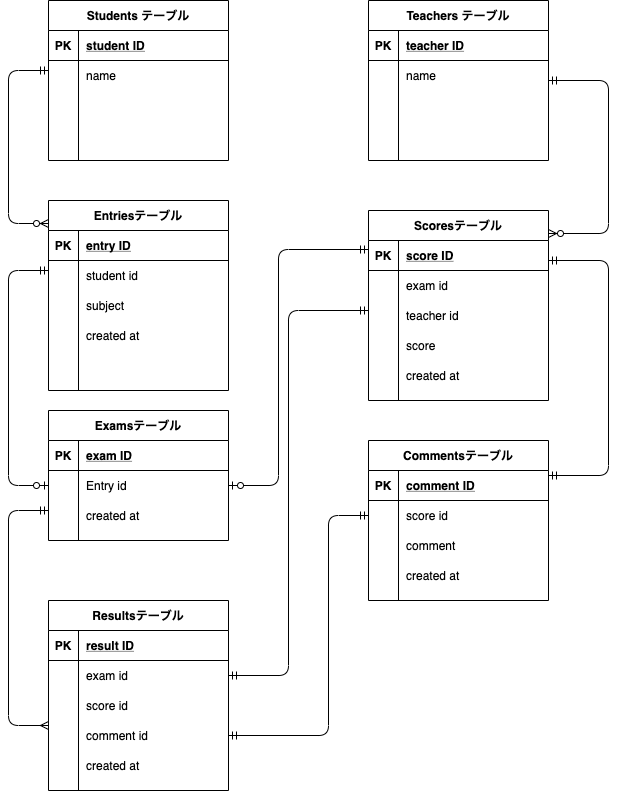
eri237/coachtech-ER keeps this draw.io diagram as index.drawio.png. Above is the earlier version. Source tidied: cells renumbered, new cells last; positions are measured from the earlier drawing's top-left corner, leaving out a move shared by most shapes.
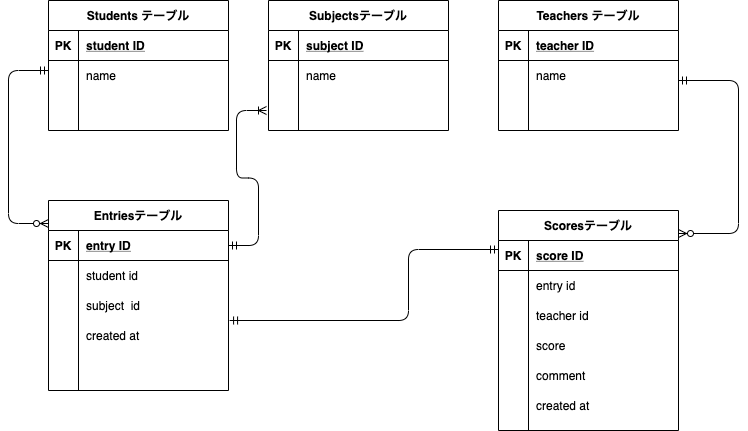
After the change.

Diff of the diagram source:
```diff
@@ -3,7 +3,7 @@
     <mxCell id="0" />
     <mxCell id="1" parent="0" />
     <mxCell id="2" value="Entriesテーブル" style="shape=table;startSize=30;rowLines=0;fontStyle=1;align=center;" parent="1" vertex="1">
-      <mxGeometry x="40" y="200" width="180" height="190" as="geometry" />
+      <mxGeometry x="-90" y="200" width="180" height="190" as="geometry" />
     </mxCell>
     <mxCell id="3" style="shape=partialRectangle;fillColor=none;top=0;left=0;bottom=1;right=0;points=[[0,0.5],[1,0.5]];portConstraint=eastwest;" parent="2" vertex="1">
       <mxGeometry y="30" width="180" height="30" as="geometry" />
@@ -29,7 +29,7 @@
     <mxCell id="10" style="shape=partialRectangle;fillColor=none;top=0;left=0;bottom=0;right=0;overflow=hidden;" parent="9" vertex="1">
       <mxGeometry width="30" height="30" as="geometry" />
     </mxCell>
-    <mxCell id="11" value="subject " style="shape=partialRectangle;fillColor=none;top=0;left=0;bottom=0;right=0;align=left;spacingLeft=6;overflow=hidden;" parent="9" vertex="1">
+    <mxCell id="11" value="subject  id" style="shape=partialRectangle;fillColor=none;top=0;left=0;bottom=0;right=0;align=left;spacingLeft=6;overflow=hidden;" parent="9" vertex="1">
       <mxGeometry x="30" width="150" height="30" as="geometry" />
     </mxCell>
     <mxCell id="12" style="shape=partialRectangle;fillColor=none;top=0;left=0;bottom=0;right=0;points=[[0,0.5],[1,0.5]];portConstraint=eastwest;" parent="2" vertex="1">
@@ -42,7 +42,7 @@
       <mxGeometry x="30" width="150" height="30" as="geometry" />
     </mxCell>
     <mxCell id="15" value="Students テーブル" style="shape=table;startSize=30;rowLines=0;fontStyle=1;align=center;" parent="1" vertex="1">
-      <mxGeometry x="40" width="180" height="160" as="geometry" />
+      <mxGeometry x="-90" width="180" height="130" as="geometry" />
     </mxCell>
     <mxCell id="16" style="shape=partialRectangle;fillColor=none;top=0;left=0;bottom=1;right=0;" parent="15" vertex="1">
       <mxGeometry y="30" width="180" height="30" as="geometry" />
@@ -62,17 +62,8 @@
     <mxCell id="21" value="name" style="shape=partialRectangle;fillColor=none;top=0;left=0;bottom=0;right=0;align=left;spacingLeft=6;overflow=hidden;" parent="19" vertex="1">
       <mxGeometry x="30" width="150" height="30" as="geometry" />
     </mxCell>
-    <mxCell id="22" style="shape=partialRectangle;fillColor=none;top=0;left=0;bottom=0;right=0;" parent="15" vertex="1">
-      <mxGeometry y="90" width="180" height="30" as="geometry" />
-    </mxCell>
-    <mxCell id="23" style="shape=partialRectangle;fillColor=none;top=0;left=0;bottom=0;right=0;overflow=hidden;" parent="22" vertex="1">
-      <mxGeometry width="30" height="30" as="geometry" />
-    </mxCell>
-    <mxCell id="24" style="shape=partialRectangle;fillColor=none;top=0;left=0;bottom=0;right=0;align=left;spacingLeft=6;overflow=hidden;" parent="22" vertex="1">
-      <mxGeometry x="30" width="150" height="30" as="geometry" />
-    </mxCell>
     <mxCell id="25" style="shape=partialRectangle;fillColor=none;top=0;left=0;bottom=0;right=0;" parent="15" vertex="1">
-      <mxGeometry y="120" width="180" height="30" as="geometry" />
+      <mxGeometry y="90" width="180" height="30" as="geometry" />
     </mxCell>
     <mxCell id="26" style="shape=partialRectangle;fillColor=none;top=0;left=0;bottom=0;right=0;overflow=hidden;" parent="25" vertex="1">
       <mxGeometry width="30" height="30" as="geometry" />
@@ -80,57 +71,18 @@
     <mxCell id="27" style="shape=partialRectangle;fillColor=none;top=0;left=0;bottom=0;right=0;align=left;spacingLeft=6;overflow=hidden;" parent="25" vertex="1">
       <mxGeometry x="30" width="150" height="30" as="geometry" />
     </mxCell>
-    <mxCell id="28" value="Examsテーブル" style="shape=table;startSize=30;rowLines=0;fontStyle=1;align=center;" parent="1" vertex="1">
-      <mxGeometry x="40" y="410" width="180" height="130" as="geometry" />
-    </mxCell>
-    <mxCell id="29" style="shape=partialRectangle;fillColor=none;top=0;left=0;bottom=1;right=0;" parent="28" vertex="1">
-      <mxGeometry y="30" width="180" height="30" as="geometry" />
-    </mxCell>
-    <mxCell id="30" value="PK" style="shape=partialRectangle;fillColor=none;top=0;left=0;bottom=0;right=0;fontStyle=1;overflow=hidden;" parent="29" vertex="1">
-      <mxGeometry width="30" height="30" as="geometry" />
-    </mxCell>
-    <mxCell id="31" value="exam ID" style="shape=partialRectangle;fillColor=none;top=0;left=0;bottom=0;right=0;align=left;spacingLeft=6;fontStyle=5;overflow=hidden;" parent="29" vertex="1">
-      <mxGeometry x="30" width="150" height="30" as="geometry" />
-    </mxCell>
-    <mxCell id="32" style="shape=partialRectangle;fillColor=none;top=0;left=0;bottom=0;right=0;points=[[0,0.5],[1,0.5]];portConstraint=eastwest;" parent="28" vertex="1">
-      <mxGeometry y="60" width="180" height="30" as="geometry" />
-    </mxCell>
-    <mxCell id="33" style="shape=partialRectangle;fillColor=none;top=0;left=0;bottom=0;right=0;overflow=hidden;" parent="32" vertex="1">
-      <mxGeometry width="30" height="30" as="geometry" />
-    </mxCell>
-    <mxCell id="34" value="Entry id" style="shape=partialRectangle;fillColor=none;top=0;left=0;bottom=0;right=0;align=left;spacingLeft=6;overflow=hidden;" parent="32" vertex="1">
-      <mxGeometry x="30" width="150" height="30" as="geometry" />
-    </mxCell>
-    <mxCell id="35" style="shape=partialRectangle;fillColor=none;top=0;left=0;bottom=0;right=0;" parent="28" vertex="1">
-      <mxGeometry y="90" width="180" height="30" as="geometry" />
-    </mxCell>
-    <mxCell id="36" style="shape=partialRectangle;fillColor=none;top=0;left=0;bottom=0;right=0;overflow=hidden;" parent="35" vertex="1">
-      <mxGeometry width="30" height="30" as="geometry" />
-    </mxCell>
-    <mxCell id="37" value="created at" style="shape=partialRectangle;fillColor=none;top=0;left=0;bottom=0;right=0;align=left;spacingLeft=6;overflow=hidden;" parent="35" vertex="1">
-      <mxGeometry x="30" width="150" height="30" as="geometry" />
-    </mxCell>
     <mxCell id="38" style="edgeStyle=orthogonalEdgeStyle;fontSize=12;html=1;endArrow=ERmandOne;endFill=0;startArrow=ERzeroToMany;startFill=1;" parent="1" edge="1">
       <mxGeometry relative="1" as="geometry">
-        <mxPoint x="40" y="223" as="sourcePoint" />
-        <mxPoint x="40" y="70" as="targetPoint" />
+        <mxPoint x="-90" y="223" as="sourcePoint" />
+        <mxPoint x="-90" y="70" as="targetPoint" />
         <Array as="points">
-          <mxPoint y="223" />
-          <mxPoint y="70" />
+          <mxPoint x="-130" y="223" />
+          <mxPoint x="-130" y="70" />
         </Array>
       </mxGeometry>
     </mxCell>
-    <mxCell id="39" style="edgeStyle=orthogonalEdgeStyle;fontSize=12;html=1;endArrow=ERmandOne;endFill=0;startArrow=ERzeroToOne;startFill=1;exitX=0;exitY=0.5;exitDx=0;exitDy=0;" parent="1" edge="1" source="32">
-      <mxGeometry relative="1" as="geometry">
-        <mxPoint x="40" y="270" as="targetPoint" />
-        <Array as="points">
-          <mxPoint y="485" />
-          <mxPoint y="270" />
-        </Array>
-      </mxGeometry>
-    </mxCell>
     <mxCell id="40" value="Teachers テーブル" style="shape=table;startSize=30;rowLines=0;fontStyle=1;align=center;" parent="1" vertex="1">
-      <mxGeometry x="360" width="180" height="160" as="geometry" />
+      <mxGeometry x="360" width="180" height="130" as="geometry" />
     </mxCell>
     <mxCell id="41" style="shape=partialRectangle;fillColor=none;top=0;left=0;bottom=1;right=0;" parent="40" vertex="1">
       <mxGeometry y="30" width="180" height="30" as="geometry" />
@@ -150,17 +102,8 @@
     <mxCell id="46" value="name" style="shape=partialRectangle;fillColor=none;top=0;left=0;bottom=0;right=0;align=left;spacingLeft=6;overflow=hidden;" parent="44" vertex="1">
       <mxGeometry x="30" width="150" height="30" as="geometry" />
     </mxCell>
-    <mxCell id="47" style="shape=partialRectangle;fillColor=none;top=0;left=0;bottom=0;right=0;" parent="40" vertex="1">
-      <mxGeometry y="90" width="180" height="30" as="geometry" />
-    </mxCell>
-    <mxCell id="48" style="shape=partialRectangle;fillColor=none;top=0;left=0;bottom=0;right=0;overflow=hidden;" parent="47" vertex="1">
-      <mxGeometry width="30" height="30" as="geometry" />
-    </mxCell>
-    <mxCell id="49" style="shape=partialRectangle;fillColor=none;top=0;left=0;bottom=0;right=0;align=left;spacingLeft=6;overflow=hidden;" parent="47" vertex="1">
-      <mxGeometry x="30" width="150" height="30" as="geometry" />
-    </mxCell>
     <mxCell id="50" style="shape=partialRectangle;fillColor=none;top=0;left=0;bottom=0;right=0;" parent="40" vertex="1">
-      <mxGeometry y="120" width="180" height="30" as="geometry" />
+      <mxGeometry y="90" width="180" height="30" as="geometry" />
     </mxCell>
     <mxCell id="51" style="shape=partialRectangle;fillColor=none;top=0;left=0;bottom=0;right=0;overflow=hidden;" parent="50" vertex="1">
       <mxGeometry width="30" height="30" as="geometry" />
@@ -168,95 +111,8 @@
     <mxCell id="52" style="shape=partialRectangle;fillColor=none;top=0;left=0;bottom=0;right=0;align=left;spacingLeft=6;overflow=hidden;" parent="50" vertex="1">
       <mxGeometry x="30" width="150" height="30" as="geometry" />
     </mxCell>
-    <mxCell id="53" value="Resultsテーブル" style="shape=table;startSize=30;rowLines=0;fontStyle=1;align=center;" parent="1" vertex="1">
-      <mxGeometry x="40" y="600" width="180" height="190" as="geometry" />
-    </mxCell>
-    <mxCell id="54" style="shape=partialRectangle;fillColor=none;top=0;left=0;bottom=1;right=0;" parent="53" vertex="1">
-      <mxGeometry y="30" width="180" height="30" as="geometry" />
-    </mxCell>
-    <mxCell id="55" value="PK" style="shape=partialRectangle;fillColor=none;top=0;left=0;bottom=0;right=0;fontStyle=1;overflow=hidden;" parent="54" vertex="1">
-      <mxGeometry width="30" height="30" as="geometry" />
-    </mxCell>
-    <mxCell id="56" value="result ID" style="shape=partialRectangle;fillColor=none;top=0;left=0;bottom=0;right=0;align=left;spacingLeft=6;fontStyle=5;overflow=hidden;" parent="54" vertex="1">
-      <mxGeometry x="30" width="150" height="30" as="geometry" />
-    </mxCell>
-    <mxCell id="57" style="shape=partialRectangle;fillColor=none;top=0;left=0;bottom=0;right=0;points=[[0,0.5],[1,0.5]];portConstraint=eastwest;" parent="53" vertex="1">
-      <mxGeometry y="60" width="180" height="30" as="geometry" />
-    </mxCell>
-    <mxCell id="58" style="shape=partialRectangle;fillColor=none;top=0;left=0;bottom=0;right=0;overflow=hidden;" parent="57" vertex="1">
-      <mxGeometry width="30" height="30" as="geometry" />
-    </mxCell>
-    <mxCell id="59" value="exam id" style="shape=partialRectangle;fillColor=none;top=0;left=0;bottom=0;right=0;align=left;spacingLeft=6;overflow=hidden;" parent="57" vertex="1">
-      <mxGeometry x="30" width="150" height="30" as="geometry" />
-    </mxCell>
-    <mxCell id="60" style="shape=partialRectangle;fillColor=none;top=0;left=0;bottom=0;right=0;" parent="53" vertex="1">
-      <mxGeometry y="90" width="180" height="30" as="geometry" />
-    </mxCell>
-    <mxCell id="61" style="shape=partialRectangle;fillColor=none;top=0;left=0;bottom=0;right=0;overflow=hidden;" parent="60" vertex="1">
-      <mxGeometry width="30" height="30" as="geometry" />
-    </mxCell>
-    <mxCell id="62" value="score id" style="shape=partialRectangle;fillColor=none;top=0;left=0;bottom=0;right=0;align=left;spacingLeft=6;overflow=hidden;" parent="60" vertex="1">
-      <mxGeometry x="30" width="150" height="30" as="geometry" />
-    </mxCell>
-    <mxCell id="63" style="shape=partialRectangle;fillColor=none;top=0;left=0;bottom=0;right=0;" parent="53" vertex="1">
-      <mxGeometry y="120" width="180" height="30" as="geometry" />
-    </mxCell>
-    <mxCell id="64" style="shape=partialRectangle;fillColor=none;top=0;left=0;bottom=0;right=0;overflow=hidden;" parent="63" vertex="1">
-      <mxGeometry width="30" height="30" as="geometry" />
-    </mxCell>
-    <mxCell id="65" value="comment id" style="shape=partialRectangle;fillColor=none;top=0;left=0;bottom=0;right=0;align=left;spacingLeft=6;overflow=hidden;" parent="63" vertex="1">
-      <mxGeometry x="30" width="150" height="30" as="geometry" />
-    </mxCell>
-    <mxCell id="66" style="shape=partialRectangle;fillColor=none;top=0;left=0;bottom=0;right=0;" parent="53" vertex="1">
-      <mxGeometry y="150" width="180" height="30" as="geometry" />
-    </mxCell>
-    <mxCell id="67" style="shape=partialRectangle;fillColor=none;top=0;left=0;bottom=0;right=0;overflow=hidden;" parent="66" vertex="1">
-      <mxGeometry width="30" height="30" as="geometry" />
-    </mxCell>
-    <mxCell id="68" value="created at" style="shape=partialRectangle;fillColor=none;top=0;left=0;bottom=0;right=0;align=left;spacingLeft=6;overflow=hidden;" parent="66" vertex="1">
-      <mxGeometry x="30" width="150" height="30" as="geometry" />
-    </mxCell>
-    <mxCell id="69" value="Commentsテーブル" style="shape=table;startSize=30;rowLines=0;fontStyle=1;align=center;" parent="1" vertex="1">
-      <mxGeometry x="360" y="440" width="180" height="160" as="geometry" />
-    </mxCell>
-    <mxCell id="70" style="shape=partialRectangle;fillColor=none;top=0;left=0;bottom=1;right=0;" parent="69" vertex="1">
-      <mxGeometry y="30" width="180" height="30" as="geometry" />
-    </mxCell>
-    <mxCell id="71" value="PK" style="shape=partialRectangle;fillColor=none;top=0;left=0;bottom=0;right=0;fontStyle=1;overflow=hidden;" parent="70" vertex="1">
-      <mxGeometry width="30" height="30" as="geometry" />
-    </mxCell>
-    <mxCell id="72" value="comment ID" style="shape=partialRectangle;fillColor=none;top=0;left=0;bottom=0;right=0;align=left;spacingLeft=6;fontStyle=5;overflow=hidden;" parent="70" vertex="1">
-      <mxGeometry x="30" width="150" height="30" as="geometry" />
-    </mxCell>
-    <mxCell id="73" style="shape=partialRectangle;fillColor=none;top=0;left=0;bottom=0;right=0;points=[[0,0.5],[1,0.5]];portConstraint=eastwest;" parent="69" vertex="1">
-      <mxGeometry y="60" width="180" height="30" as="geometry" />
-    </mxCell>
-    <mxCell id="74" style="shape=partialRectangle;fillColor=none;top=0;left=0;bottom=0;right=0;overflow=hidden;" parent="73" vertex="1">
-      <mxGeometry width="30" height="30" as="geometry" />
-    </mxCell>
-    <mxCell id="75" value="score id" style="shape=partialRectangle;fillColor=none;top=0;left=0;bottom=0;right=0;align=left;spacingLeft=6;overflow=hidden;" parent="73" vertex="1">
-      <mxGeometry x="30" width="150" height="30" as="geometry" />
-    </mxCell>
-    <mxCell id="76" style="shape=partialRectangle;fillColor=none;top=0;left=0;bottom=0;right=0;" parent="69" vertex="1">
-      <mxGeometry y="90" width="180" height="30" as="geometry" />
-    </mxCell>
-    <mxCell id="77" style="shape=partialRectangle;fillColor=none;top=0;left=0;bottom=0;right=0;overflow=hidden;" parent="76" vertex="1">
-      <mxGeometry width="30" height="30" as="geometry" />
-    </mxCell>
-    <mxCell id="78" value="comment" style="shape=partialRectangle;fillColor=none;top=0;left=0;bottom=0;right=0;align=left;spacingLeft=6;overflow=hidden;" parent="76" vertex="1">
-      <mxGeometry x="30" width="150" height="30" as="geometry" />
-    </mxCell>
-    <mxCell id="79" style="shape=partialRectangle;fillColor=none;top=0;left=0;bottom=0;right=0;" parent="69" vertex="1">
-      <mxGeometry y="120" width="180" height="30" as="geometry" />
-    </mxCell>
-    <mxCell id="80" style="shape=partialRectangle;fillColor=none;top=0;left=0;bottom=0;right=0;overflow=hidden;" parent="79" vertex="1">
-      <mxGeometry width="30" height="30" as="geometry" />
-    </mxCell>
-    <mxCell id="81" value="created at" style="shape=partialRectangle;fillColor=none;top=0;left=0;bottom=0;right=0;align=left;spacingLeft=6;overflow=hidden;" parent="79" vertex="1">
-      <mxGeometry x="30" width="150" height="30" as="geometry" />
-    </mxCell>
     <mxCell id="82" value="Scoresテーブル" style="shape=table;startSize=30;rowLines=0;fontStyle=1;align=center;" parent="1" vertex="1">
-      <mxGeometry x="360" y="210" width="180" height="190" as="geometry" />
+      <mxGeometry x="360" y="210" width="180" height="220" as="geometry" />
     </mxCell>
     <mxCell id="83" style="shape=partialRectangle;fillColor=none;top=0;left=0;bottom=1;right=0;points=[[0,0.5],[1,0.5]];portConstraint=eastwest;" parent="82" vertex="1">
       <mxGeometry y="30" width="180" height="30" as="geometry" />
@@ -273,7 +129,7 @@
     <mxCell id="87" style="shape=partialRectangle;fillColor=none;top=0;left=0;bottom=0;right=0;overflow=hidden;" parent="86" vertex="1">
       <mxGeometry width="30" height="30" as="geometry" />
     </mxCell>
-    <mxCell id="88" value="exam id" style="shape=partialRectangle;fillColor=none;top=0;left=0;bottom=0;right=0;align=left;spacingLeft=6;overflow=hidden;" parent="86" vertex="1">
+    <mxCell id="88" value="entry id" style="shape=partialRectangle;fillColor=none;top=0;left=0;bottom=0;right=0;align=left;spacingLeft=6;overflow=hidden;" parent="86" vertex="1">
       <mxGeometry x="30" width="150" height="30" as="geometry" />
     </mxCell>
     <mxCell id="89" style="shape=partialRectangle;fillColor=none;top=0;left=0;bottom=0;right=0;" parent="82" vertex="1">
@@ -294,8 +150,17 @@
     <mxCell id="94" value="score " style="shape=partialRectangle;fillColor=none;top=0;left=0;bottom=0;right=0;align=left;spacingLeft=6;overflow=hidden;" parent="92" vertex="1">
       <mxGeometry x="30" width="150" height="30" as="geometry" />
     </mxCell>
+    <mxCell id="66" style="shape=partialRectangle;fillColor=none;top=0;left=0;bottom=0;right=0;" parent="82" vertex="1">
+      <mxGeometry y="150" width="180" height="30" as="geometry" />
+    </mxCell>
+    <mxCell id="104" style="shape=partialRectangle;fillColor=none;top=0;left=0;bottom=0;right=0;overflow=hidden;" parent="66" vertex="1">
+      <mxGeometry width="30" height="30" as="geometry" />
+    </mxCell>
+    <mxCell id="78" value="comment" style="shape=partialRectangle;fillColor=none;top=0;left=0;bottom=0;right=0;align=left;spacingLeft=6;overflow=hidden;" parent="66" vertex="1">
+      <mxGeometry x="30" width="150" height="30" as="geometry" />
+    </mxCell>
     <mxCell id="95" style="shape=partialRectangle;fillColor=none;top=0;left=0;bottom=0;right=0;" parent="82" vertex="1">
-      <mxGeometry y="150" width="180" height="30" as="geometry" />
+      <mxGeometry y="180" width="180" height="30" as="geometry" />
     </mxCell>
     <mxCell id="96" style="shape=partialRectangle;fillColor=none;top=0;left=0;bottom=0;right=0;overflow=hidden;" parent="95" vertex="1">
       <mxGeometry width="30" height="30" as="geometry" />
@@ -303,16 +168,6 @@
     <mxCell id="97" value="created at" style="shape=partialRectangle;fillColor=none;top=0;left=0;bottom=0;right=0;align=left;spacingLeft=6;overflow=hidden;" parent="95" vertex="1">
       <mxGeometry x="30" width="150" height="30" as="geometry" />
     </mxCell>
-    <mxCell id="98" style="edgeStyle=orthogonalEdgeStyle;fontSize=12;html=1;endArrow=ERmandOne;endFill=0;startArrow=ERmandOne;startFill=0;exitX=0;exitY=0.5;exitDx=0;exitDy=0;" parent="1" edge="1">
-      <mxGeometry relative="1" as="geometry">
-        <mxPoint x="540" y="475" as="sourcePoint" />
-        <mxPoint x="540" y="260" as="targetPoint" />
-        <Array as="points">
-          <mxPoint x="600" y="475" />
-          <mxPoint x="600" y="260" />
-        </Array>
-      </mxGeometry>
-    </mxCell>
     <mxCell id="99" style="edgeStyle=orthogonalEdgeStyle;fontSize=12;html=1;endArrow=ERmandOne;endFill=0;startArrow=ERzeroToMany;startFill=1;" parent="1" edge="1">
       <mxGeometry relative="1" as="geometry">
         <mxPoint x="540" y="233" as="sourcePoint" />
@@ -323,41 +178,39 @@
         </Array>
       </mxGeometry>
     </mxCell>
-    <mxCell id="100" style="edgeStyle=orthogonalEdgeStyle;fontSize=12;html=1;endArrow=ERmandOne;endFill=0;startArrow=ERmandOne;startFill=0;exitX=1;exitY=0.5;exitDx=0;exitDy=0;" parent="1" edge="1" source="57">
-      <mxGeometry relative="1" as="geometry">
-        <mxPoint x="360" y="310" as="targetPoint" />
-        <Array as="points">
-          <mxPoint x="280" y="675" />
-          <mxPoint x="280" y="310" />
-        </Array>
-      </mxGeometry>
-    </mxCell>
-    <mxCell id="101" style="edgeStyle=orthogonalEdgeStyle;fontSize=12;html=1;endArrow=ERmandOne;endFill=0;startArrow=ERmandOne;startFill=0;exitX=1;exitY=0.5;exitDx=0;exitDy=0;entryX=0;entryY=0.5;entryDx=0;entryDy=0;" parent="1" edge="1" target="73">
-      <mxGeometry relative="1" as="geometry">
-        <mxPoint x="220" y="735" as="sourcePoint" />
-        <Array as="points">
-          <mxPoint x="320" y="735" />
-          <mxPoint x="320" y="515" />
-        </Array>
-      </mxGeometry>
-    </mxCell>
-    <mxCell id="102" style="edgeStyle=orthogonalEdgeStyle;fontSize=12;html=1;endArrow=ERmandOne;endFill=0;startArrow=ERzeroToOne;startFill=1;entryX=0;entryY=0.3;entryDx=0;entryDy=0;entryPerimeter=0;exitX=1;exitY=0.5;exitDx=0;exitDy=0;" parent="1" edge="1" source="32" target="83">
+    <mxCell id="102" style="edgeStyle=orthogonalEdgeStyle;fontSize=12;html=1;endArrow=ERmandOne;endFill=0;startArrow=ERmandOne;startFill=0;entryX=0;entryY=0.3;entryDx=0;entryDy=0;entryPerimeter=0;exitX=1.006;exitY=0;exitDx=0;exitDy=0;exitPerimeter=0;" parent="1" edge="1" source="12" target="83">
       <mxGeometry relative="1" as="geometry">
         <Array as="points">
-          <mxPoint x="270" y="485" />
+          <mxPoint x="270" y="320" />
           <mxPoint x="270" y="249" />
         </Array>
       </mxGeometry>
     </mxCell>
-    <mxCell id="103" style="edgeStyle=orthogonalEdgeStyle;fontSize=12;html=1;endArrow=ERmandOne;endFill=0;startArrow=ERmany;startFill=0;exitX=0;exitY=0.5;exitDx=0;exitDy=0;" parent="1" edge="1">
-      <mxGeometry relative="1" as="geometry">
-        <mxPoint x="40" y="725" as="sourcePoint" />
-        <mxPoint x="40" y="510" as="targetPoint" />
-        <Array as="points">
-          <mxPoint y="725" />
-          <mxPoint y="510" />
-        </Array>
-      </mxGeometry>
-    </mxCell>
+    <mxCell id="105" value="Subjectsテーブル" style="shape=table;startSize=30;rowLines=0;fontStyle=1;align=center;" parent="1" vertex="1">
+      <mxGeometry x="130" width="180" height="130" as="geometry" />
+    </mxCell>
+    <mxCell id="106" style="shape=partialRectangle;fillColor=none;top=0;left=0;bottom=1;right=0;" parent="105" vertex="1">
+      <mxGeometry y="30" width="180" height="30" as="geometry" />
+    </mxCell>
+    <mxCell id="107" value="PK" style="shape=partialRectangle;fillColor=none;top=0;left=0;bottom=0;right=0;fontStyle=1;overflow=hidden;" parent="106" vertex="1">
+      <mxGeometry width="30" height="30" as="geometry" />
+    </mxCell>
+    <mxCell id="108" value="subject ID" style="shape=partialRectangle;fillColor=none;top=0;left=0;bottom=0;right=0;align=left;spacingLeft=6;fontStyle=5;overflow=hidden;" parent="106" vertex="1">
+      <mxGeometry x="30" width="150" height="30" as="geometry" />
+    </mxCell>
+    <mxCell id="109" style="shape=partialRectangle;fillColor=none;top=0;left=0;bottom=0;right=0;" parent="105" vertex="1">
+      <mxGeometry y="60" width="180" height="30" as="geometry" />
+    </mxCell>
+    <mxCell id="110" style="shape=partialRectangle;fillColor=none;top=0;left=0;bottom=0;right=0;overflow=hidden;" parent="109" vertex="1">
+      <mxGeometry width="30" height="30" as="geometry" />
+    </mxCell>
+    <mxCell id="111" value="name" style="shape=partialRectangle;fillColor=none;top=0;left=0;bottom=0;right=0;align=left;spacingLeft=6;overflow=hidden;" parent="109" vertex="1">
+      <mxGeometry x="30" width="150" height="30" as="geometry" />
+    </mxCell>
+    <mxCell id="112" style="edgeStyle=entityRelationEdgeStyle;fontSize=12;html=1;endArrow=ERoneToMany;startArrow=ERmandOne;startFill=0;exitX=1;exitY=0.5;exitDx=0;exitDy=0;" parent="1" edge="1" source="3">
+      <mxGeometry relative="1" as="geometry">
+        <mxPoint x="128" y="110" as="targetPoint" />
+      </mxGeometry>
+    </mxCell>
   </root>
 </mxGraphModel>
```
